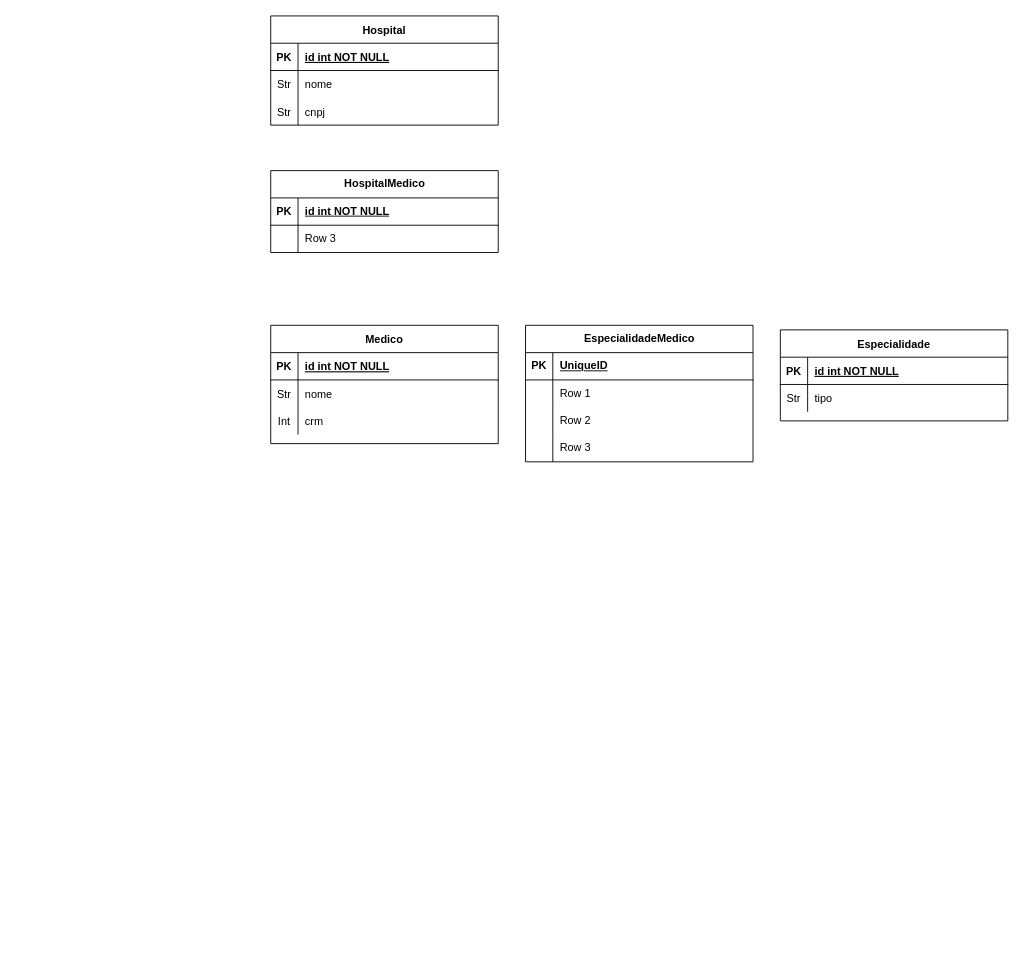
Before: DiagramaWeb2.drawio in RodrigoCelso/mimedica, a draw.io diagram. Source tidied: cells renumbered, new cells numbered last; positions are measured from the earlier drawing's top-left corner, leaving out a move shared by most shapes. Both pictures are drawn from the tidied source at 91%, with x=0, y=0 at pixel (270, 15).
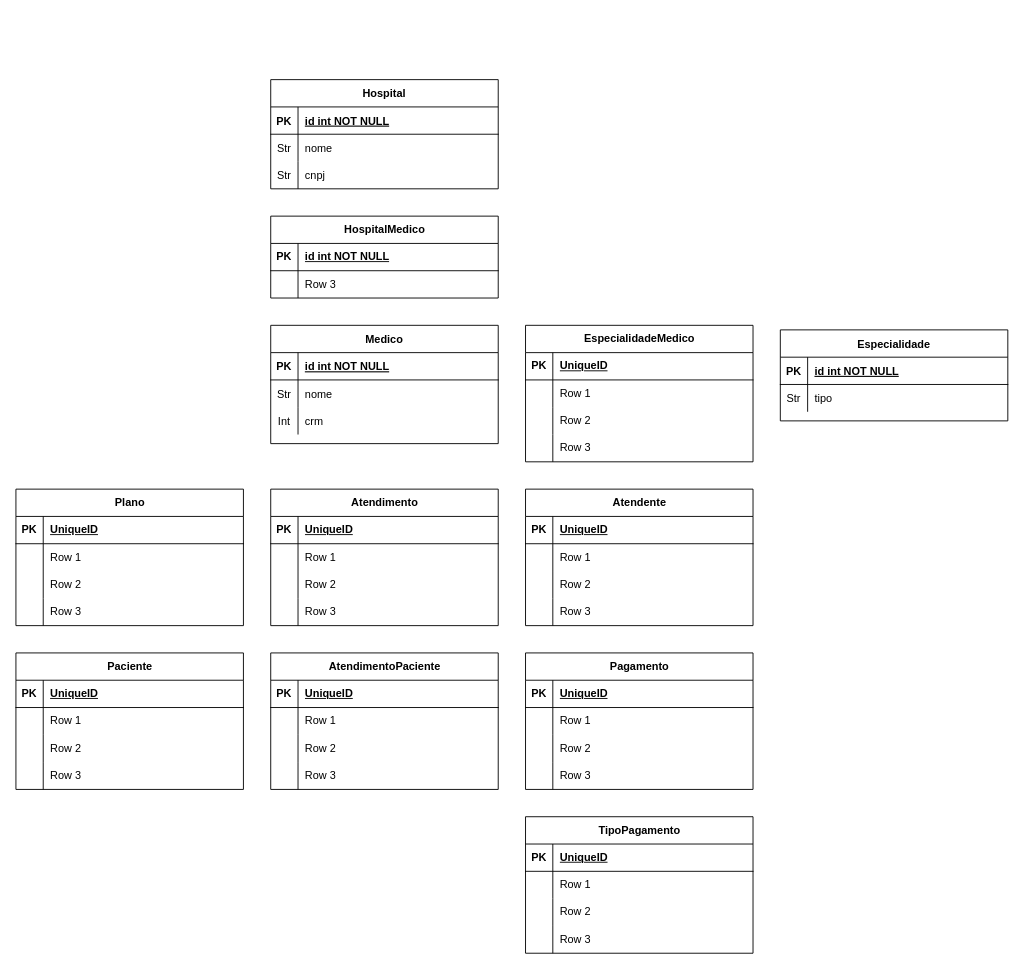
The same diagram, later.

Change to the diagram source:
```diff
@@
     <mxCell id="19" value="Hospital" style="shape=table;startSize=30;childLayout=tableLayout;rowLines=0;fontStyle=1;align=center;" parent="1" vertex="1">
-      <mxGeometry width="250" height="120" as="geometry" />
+      <mxGeometry y="70" width="250" height="120" as="geometry" />
     </mxCell>
@@
     <mxCell id="29" value="HospitalMedico" style="shape=table;startSize=30;childLayout=tableLayout;rowLines=0;fontStyle=1;align=center;html=1;" parent="1" vertex="1">
-      <mxGeometry y="170" width="250" height="90" as="geometry" />
+      <mxGeometry y="220" width="250" height="90" as="geometry" />
     </mxCell>
@@
+    <mxCell id="49" value="&lt;div&gt;Atendimento&lt;/div&gt;" style="shape=table;startSize=30;childLayout=tableLayout;rowLines=0;fontStyle=1;align=center;html=1;" parent="1" vertex="1">
+      <mxGeometry y="520" width="250" height="150" as="geometry" />
+    </mxCell>
+    <mxCell id="50" style="shape=tableRow;horizontal=0;startSize=0;swimlaneHead=0;swimlaneBody=0;fillColor=none;top=0;left=0;right=0;bottom=1;" parent="49" vertex="1">
+      <mxGeometry y="30" width="250" height="30" as="geometry" />
+    </mxCell>
+    <mxCell id="51" value="PK" style="shape=partialRectangle;fillColor=none;top=0;left=0;bottom=0;right=0;fontStyle=1;overflow=hidden;whiteSpace=wrap;html=1;" parent="50" vertex="1">
+      <mxGeometry width="30" height="30" as="geometry" />
+    </mxCell>
+    <mxCell id="52" value="UniqueID" style="shape=partialRectangle;fillColor=none;top=0;left=0;bottom=0;right=0;align=left;spacingLeft=6;fontStyle=5;overflow=hidden;whiteSpace=wrap;html=1;" parent="50" vertex="1">
+      <mxGeometry x="30" width="220" height="30" as="geometry" />
+    </mxCell>
+    <mxCell id="53" style="shape=tableRow;horizontal=0;startSize=0;swimlaneHead=0;swimlaneBody=0;fillColor=none;top=0;left=0;right=0;bottom=0;" parent="49" vertex="1">
+      <mxGeometry y="60" width="250" height="30" as="geometry" />
+    </mxCell>
+    <mxCell id="54" style="shape=partialRectangle;fillColor=none;top=0;left=0;bottom=0;right=0;overflow=hidden;whiteSpace=wrap;html=1;" parent="53" vertex="1">
+      <mxGeometry width="30" height="30" as="geometry" />
+    </mxCell>
+    <mxCell id="55" value="Row 1" style="shape=partialRectangle;fillColor=none;top=0;left=0;bottom=0;right=0;align=left;spacingLeft=6;overflow=hidden;whiteSpace=wrap;html=1;" parent="53" vertex="1">
+      <mxGeometry x="30" width="220" height="30" as="geometry" />
+    </mxCell>
+    <mxCell id="56" style="shape=tableRow;horizontal=0;startSize=0;swimlaneHead=0;swimlaneBody=0;fillColor=none;top=0;left=0;right=0;bottom=0;" parent="49" vertex="1">
+      <mxGeometry y="90" width="250" height="30" as="geometry" />
+    </mxCell>
+    <mxCell id="57" style="shape=partialRectangle;fillColor=none;top=0;left=0;bottom=0;right=0;overflow=hidden;whiteSpace=wrap;html=1;" parent="56" vertex="1">
+      <mxGeometry width="30" height="30" as="geometry" />
+    </mxCell>
+    <mxCell id="58" value="Row 2" style="shape=partialRectangle;fillColor=none;top=0;left=0;bottom=0;right=0;align=left;spacingLeft=6;overflow=hidden;whiteSpace=wrap;html=1;" parent="56" vertex="1">
+      <mxGeometry x="30" width="220" height="30" as="geometry" />
+    </mxCell>
+    <mxCell id="59" style="shape=tableRow;horizontal=0;startSize=0;swimlaneHead=0;swimlaneBody=0;fillColor=none;top=0;left=0;right=0;bottom=0;" parent="49" vertex="1">
+      <mxGeometry y="120" width="250" height="30" as="geometry" />
+    </mxCell>
+    <mxCell id="60" style="shape=partialRectangle;fillColor=none;top=0;left=0;bottom=0;right=0;overflow=hidden;whiteSpace=wrap;html=1;" parent="59" vertex="1">
+      <mxGeometry width="30" height="30" as="geometry" />
+    </mxCell>
+    <mxCell id="61" value="Row 3" style="shape=partialRectangle;fillColor=none;top=0;left=0;bottom=0;right=0;align=left;spacingLeft=6;overflow=hidden;whiteSpace=wrap;html=1;" parent="59" vertex="1">
+      <mxGeometry x="30" width="220" height="30" as="geometry" />
+    </mxCell>
+    <mxCell id="62" value="&lt;div&gt;Atendente&lt;/div&gt;" style="shape=table;startSize=30;childLayout=tableLayout;rowLines=0;fontStyle=1;align=center;html=1;" parent="1" vertex="1">
+      <mxGeometry x="280" y="520" width="250" height="150" as="geometry" />
+    </mxCell>
+    <mxCell id="63" style="shape=tableRow;horizontal=0;startSize=0;swimlaneHead=0;swimlaneBody=0;fillColor=none;top=0;left=0;right=0;bottom=1;" parent="62" vertex="1">
+      <mxGeometry y="30" width="250" height="30" as="geometry" />
+    </mxCell>
+    <mxCell id="64" value="PK" style="shape=partialRectangle;fillColor=none;top=0;left=0;bottom=0;right=0;fontStyle=1;overflow=hidden;whiteSpace=wrap;html=1;" parent="63" vertex="1">
+      <mxGeometry width="30" height="30" as="geometry" />
+    </mxCell>
+    <mxCell id="65" value="UniqueID" style="shape=partialRectangle;fillColor=none;top=0;left=0;bottom=0;right=0;align=left;spacingLeft=6;fontStyle=5;overflow=hidden;whiteSpace=wrap;html=1;" parent="63" vertex="1">
+      <mxGeometry x="30" width="220" height="30" as="geometry" />
+    </mxCell>
+    <mxCell id="66" style="shape=tableRow;horizontal=0;startSize=0;swimlaneHead=0;swimlaneBody=0;fillColor=none;top=0;left=0;right=0;bottom=0;" parent="62" vertex="1">
+      <mxGeometry y="60" width="250" height="30" as="geometry" />
+    </mxCell>
+    <mxCell id="67" style="shape=partialRectangle;fillColor=none;top=0;left=0;bottom=0;right=0;overflow=hidden;whiteSpace=wrap;html=1;" parent="66" vertex="1">
+      <mxGeometry width="30" height="30" as="geometry" />
+    </mxCell>
+    <mxCell id="68" value="Row 1" style="shape=partialRectangle;fillColor=none;top=0;left=0;bottom=0;right=0;align=left;spacingLeft=6;overflow=hidden;whiteSpace=wrap;html=1;" parent="66" vertex="1">
+      <mxGeometry x="30" width="220" height="30" as="geometry" />
+    </mxCell>
+    <mxCell id="69" style="shape=tableRow;horizontal=0;startSize=0;swimlaneHead=0;swimlaneBody=0;fillColor=none;top=0;left=0;right=0;bottom=0;" parent="62" vertex="1">
+      <mxGeometry y="90" width="250" height="30" as="geometry" />
+    </mxCell>
+    <mxCell id="70" style="shape=partialRectangle;fillColor=none;top=0;left=0;bottom=0;right=0;overflow=hidden;whiteSpace=wrap;html=1;" parent="69" vertex="1">
+      <mxGeometry width="30" height="30" as="geometry" />
+    </mxCell>
+    <mxCell id="71" value="Row 2" style="shape=partialRectangle;fillColor=none;top=0;left=0;bottom=0;right=0;align=left;spacingLeft=6;overflow=hidden;whiteSpace=wrap;html=1;" parent="69" vertex="1">
+      <mxGeometry x="30" width="220" height="30" as="geometry" />
+    </mxCell>
+    <mxCell id="72" style="shape=tableRow;horizontal=0;startSize=0;swimlaneHead=0;swimlaneBody=0;fillColor=none;top=0;left=0;right=0;bottom=0;" parent="62" vertex="1">
+      <mxGeometry y="120" width="250" height="30" as="geometry" />
+    </mxCell>
+    <mxCell id="73" style="shape=partialRectangle;fillColor=none;top=0;left=0;bottom=0;right=0;overflow=hidden;whiteSpace=wrap;html=1;" parent="72" vertex="1">
+      <mxGeometry width="30" height="30" as="geometry" />
+    </mxCell>
+    <mxCell id="74" value="Row 3" style="shape=partialRectangle;fillColor=none;top=0;left=0;bottom=0;right=0;align=left;spacingLeft=6;overflow=hidden;whiteSpace=wrap;html=1;" parent="72" vertex="1">
+      <mxGeometry x="30" width="220" height="30" as="geometry" />
+    </mxCell>
+    <mxCell id="75" value="AtendimentoPaciente" style="shape=table;startSize=30;childLayout=tableLayout;rowLines=0;fontStyle=1;align=center;html=1;" parent="1" vertex="1">
+      <mxGeometry y="700" width="250" height="150" as="geometry" />
+    </mxCell>
+    <mxCell id="76" style="shape=tableRow;horizontal=0;startSize=0;swimlaneHead=0;swimlaneBody=0;fillColor=none;top=0;left=0;right=0;bottom=1;" parent="75" vertex="1">
+      <mxGeometry y="30" width="250" height="30" as="geometry" />
+    </mxCell>
+    <mxCell id="77" value="PK" style="shape=partialRectangle;fillColor=none;top=0;left=0;bottom=0;right=0;fontStyle=1;overflow=hidden;whiteSpace=wrap;html=1;" parent="76" vertex="1">
+      <mxGeometry width="30" height="30" as="geometry" />
+    </mxCell>
+    <mxCell id="78" value="UniqueID" style="shape=partialRectangle;fillColor=none;top=0;left=0;bottom=0;right=0;align=left;spacingLeft=6;fontStyle=5;overflow=hidden;whiteSpace=wrap;html=1;" parent="76" vertex="1">
+      <mxGeometry x="30" width="220" height="30" as="geometry" />
+    </mxCell>
+    <mxCell id="79" style="shape=tableRow;horizontal=0;startSize=0;swimlaneHead=0;swimlaneBody=0;fillColor=none;top=0;left=0;right=0;bottom=0;" parent="75" vertex="1">
+      <mxGeometry y="60" width="250" height="30" as="geometry" />
+    </mxCell>
+    <mxCell id="80" style="shape=partialRectangle;fillColor=none;top=0;left=0;bottom=0;right=0;overflow=hidden;whiteSpace=wrap;html=1;" parent="79" vertex="1">
+      <mxGeometry width="30" height="30" as="geometry" />
+    </mxCell>
+    <mxCell id="81" value="Row 1" style="shape=partialRectangle;fillColor=none;top=0;left=0;bottom=0;right=0;align=left;spacingLeft=6;overflow=hidden;whiteSpace=wrap;html=1;" parent="79" vertex="1">
+      <mxGeometry x="30" width="220" height="30" as="geometry" />
+    </mxCell>
+    <mxCell id="82" style="shape=tableRow;horizontal=0;startSize=0;swimlaneHead=0;swimlaneBody=0;fillColor=none;top=0;left=0;right=0;bottom=0;" parent="75" vertex="1">
+      <mxGeometry y="90" width="250" height="30" as="geometry" />
+    </mxCell>
+    <mxCell id="83" style="shape=partialRectangle;fillColor=none;top=0;left=0;bottom=0;right=0;overflow=hidden;whiteSpace=wrap;html=1;" parent="82" vertex="1">
+      <mxGeometry width="30" height="30" as="geometry" />
+    </mxCell>
+    <mxCell id="84" value="Row 2" style="shape=partialRectangle;fillColor=none;top=0;left=0;bottom=0;right=0;align=left;spacingLeft=6;overflow=hidden;whiteSpace=wrap;html=1;" parent="82" vertex="1">
+      <mxGeometry x="30" width="220" height="30" as="geometry" />
+    </mxCell>
+    <mxCell id="85" style="shape=tableRow;horizontal=0;startSize=0;swimlaneHead=0;swimlaneBody=0;fillColor=none;top=0;left=0;right=0;bottom=0;" parent="75" vertex="1">
+      <mxGeometry y="120" width="250" height="30" as="geometry" />
+    </mxCell>
+    <mxCell id="86" style="shape=partialRectangle;fillColor=none;top=0;left=0;bottom=0;right=0;overflow=hidden;whiteSpace=wrap;html=1;" parent="85" vertex="1">
+      <mxGeometry width="30" height="30" as="geometry" />
+    </mxCell>
+    <mxCell id="87" value="Row 3" style="shape=partialRectangle;fillColor=none;top=0;left=0;bottom=0;right=0;align=left;spacingLeft=6;overflow=hidden;whiteSpace=wrap;html=1;" parent="85" vertex="1">
+      <mxGeometry x="30" width="220" height="30" as="geometry" />
+    </mxCell>
+    <mxCell id="88" value="&lt;div&gt;Pagamento&lt;/div&gt;" style="shape=table;startSize=30;childLayout=tableLayout;rowLines=0;fontStyle=1;align=center;html=1;" parent="1" vertex="1">
+      <mxGeometry x="280" y="700" width="250" height="150" as="geometry" />
+    </mxCell>
+    <mxCell id="89" style="shape=tableRow;horizontal=0;startSize=0;swimlaneHead=0;swimlaneBody=0;fillColor=none;top=0;left=0;right=0;bottom=1;" parent="88" vertex="1">
+      <mxGeometry y="30" width="250" height="30" as="geometry" />
+    </mxCell>
+    <mxCell id="90" value="PK" style="shape=partialRectangle;fillColor=none;top=0;left=0;bottom=0;right=0;fontStyle=1;overflow=hidden;whiteSpace=wrap;html=1;" parent="89" vertex="1">
+      <mxGeometry width="30" height="30" as="geometry" />
+    </mxCell>
+    <mxCell id="91" value="UniqueID" style="shape=partialRectangle;fillColor=none;top=0;left=0;bottom=0;right=0;align=left;spacingLeft=6;fontStyle=5;overflow=hidden;whiteSpace=wrap;html=1;" parent="89" vertex="1">
+      <mxGeometry x="30" width="220" height="30" as="geometry" />
+    </mxCell>
+    <mxCell id="92" style="shape=tableRow;horizontal=0;startSize=0;swimlaneHead=0;swimlaneBody=0;fillColor=none;top=0;left=0;right=0;bottom=0;" parent="88" vertex="1">
+      <mxGeometry y="60" width="250" height="30" as="geometry" />
+    </mxCell>
+    <mxCell id="93" style="shape=partialRectangle;fillColor=none;top=0;left=0;bottom=0;right=0;overflow=hidden;whiteSpace=wrap;html=1;" parent="92" vertex="1">
+      <mxGeometry width="30" height="30" as="geometry" />
+    </mxCell>
+    <mxCell id="94" value="Row 1" style="shape=partialRectangle;fillColor=none;top=0;left=0;bottom=0;right=0;align=left;spacingLeft=6;overflow=hidden;whiteSpace=wrap;html=1;" parent="92" vertex="1">
+      <mxGeometry x="30" width="220" height="30" as="geometry" />
+    </mxCell>
+    <mxCell id="95" style="shape=tableRow;horizontal=0;startSize=0;swimlaneHead=0;swimlaneBody=0;fillColor=none;top=0;left=0;right=0;bottom=0;" parent="88" vertex="1">
+      <mxGeometry y="90" width="250" height="30" as="geometry" />
+    </mxCell>
+    <mxCell id="96" style="shape=partialRectangle;fillColor=none;top=0;left=0;bottom=0;right=0;overflow=hidden;whiteSpace=wrap;html=1;" parent="95" vertex="1">
+      <mxGeometry width="30" height="30" as="geometry" />
+    </mxCell>
+    <mxCell id="97" value="Row 2" style="shape=partialRectangle;fillColor=none;top=0;left=0;bottom=0;right=0;align=left;spacingLeft=6;overflow=hidden;whiteSpace=wrap;html=1;" parent="95" vertex="1">
+      <mxGeometry x="30" width="220" height="30" as="geometry" />
+    </mxCell>
+    <mxCell id="98" style="shape=tableRow;horizontal=0;startSize=0;swimlaneHead=0;swimlaneBody=0;fillColor=none;top=0;left=0;right=0;bottom=0;" parent="88" vertex="1">
+      <mxGeometry y="120" width="250" height="30" as="geometry" />
+    </mxCell>
+    <mxCell id="99" style="shape=partialRectangle;fillColor=none;top=0;left=0;bottom=0;right=0;overflow=hidden;whiteSpace=wrap;html=1;" parent="98" vertex="1">
+      <mxGeometry width="30" height="30" as="geometry" />
+    </mxCell>
+    <mxCell id="100" value="Row 3" style="shape=partialRectangle;fillColor=none;top=0;left=0;bottom=0;right=0;align=left;spacingLeft=6;overflow=hidden;whiteSpace=wrap;html=1;" parent="98" vertex="1">
+      <mxGeometry x="30" width="220" height="30" as="geometry" />
+    </mxCell>
+    <mxCell id="101" value="&lt;div&gt;TipoPagamento&lt;/div&gt;" style="shape=table;startSize=30;childLayout=tableLayout;rowLines=0;fontStyle=1;align=center;html=1;" parent="1" vertex="1">
+      <mxGeometry x="280" y="880" width="250" height="150" as="geometry" />
+    </mxCell>
+    <mxCell id="102" style="shape=tableRow;horizontal=0;startSize=0;swimlaneHead=0;swimlaneBody=0;fillColor=none;top=0;left=0;right=0;bottom=1;" parent="101" vertex="1">
+      <mxGeometry y="30" width="250" height="30" as="geometry" />
+    </mxCell>
+    <mxCell id="103" value="PK" style="shape=partialRectangle;fillColor=none;top=0;left=0;bottom=0;right=0;fontStyle=1;overflow=hidden;whiteSpace=wrap;html=1;" parent="102" vertex="1">
+      <mxGeometry width="30" height="30" as="geometry" />
+    </mxCell>
+    <mxCell id="104" value="UniqueID" style="shape=partialRectangle;fillColor=none;top=0;left=0;bottom=0;right=0;align=left;spacingLeft=6;fontStyle=5;overflow=hidden;whiteSpace=wrap;html=1;" parent="102" vertex="1">
+      <mxGeometry x="30" width="220" height="30" as="geometry" />
+    </mxCell>
+    <mxCell id="105" style="shape=tableRow;horizontal=0;startSize=0;swimlaneHead=0;swimlaneBody=0;fillColor=none;top=0;left=0;right=0;bottom=0;" parent="101" vertex="1">
+      <mxGeometry y="60" width="250" height="30" as="geometry" />
+    </mxCell>
+    <mxCell id="106" style="shape=partialRectangle;fillColor=none;top=0;left=0;bottom=0;right=0;overflow=hidden;whiteSpace=wrap;html=1;" parent="105" vertex="1">
+      <mxGeometry width="30" height="30" as="geometry" />
+    </mxCell>
+    <mxCell id="107" value="Row 1" style="shape=partialRectangle;fillColor=none;top=0;left=0;bottom=0;right=0;align=left;spacingLeft=6;overflow=hidden;whiteSpace=wrap;html=1;" parent="105" vertex="1">
+      <mxGeometry x="30" width="220" height="30" as="geometry" />
+    </mxCell>
+    <mxCell id="108" style="shape=tableRow;horizontal=0;startSize=0;swimlaneHead=0;swimlaneBody=0;fillColor=none;top=0;left=0;right=0;bottom=0;" parent="101" vertex="1">
+      <mxGeometry y="90" width="250" height="30" as="geometry" />
+    </mxCell>
+    <mxCell id="109" style="shape=partialRectangle;fillColor=none;top=0;left=0;bottom=0;right=0;overflow=hidden;whiteSpace=wrap;html=1;" parent="108" vertex="1">
+      <mxGeometry width="30" height="30" as="geometry" />
+    </mxCell>
+    <mxCell id="110" value="Row 2" style="shape=partialRectangle;fillColor=none;top=0;left=0;bottom=0;right=0;align=left;spacingLeft=6;overflow=hidden;whiteSpace=wrap;html=1;" parent="108" vertex="1">
+      <mxGeometry x="30" width="220" height="30" as="geometry" />
+    </mxCell>
+    <mxCell id="111" style="shape=tableRow;horizontal=0;startSize=0;swimlaneHead=0;swimlaneBody=0;fillColor=none;top=0;left=0;right=0;bottom=0;" parent="101" vertex="1">
+      <mxGeometry y="120" width="250" height="30" as="geometry" />
+    </mxCell>
+    <mxCell id="112" style="shape=partialRectangle;fillColor=none;top=0;left=0;bottom=0;right=0;overflow=hidden;whiteSpace=wrap;html=1;" parent="111" vertex="1">
+      <mxGeometry width="30" height="30" as="geometry" />
+    </mxCell>
+    <mxCell id="113" value="Row 3" style="shape=partialRectangle;fillColor=none;top=0;left=0;bottom=0;right=0;align=left;spacingLeft=6;overflow=hidden;whiteSpace=wrap;html=1;" parent="111" vertex="1">
+      <mxGeometry x="30" width="220" height="30" as="geometry" />
+    </mxCell>
+    <mxCell id="114" value="Paciente" style="shape=table;startSize=30;childLayout=tableLayout;rowLines=0;fontStyle=1;align=center;html=1;" parent="1" vertex="1">
+      <mxGeometry x="-280" y="700" width="250" height="150" as="geometry" />
+    </mxCell>
+    <mxCell id="115" style="shape=tableRow;horizontal=0;startSize=0;swimlaneHead=0;swimlaneBody=0;fillColor=none;top=0;left=0;right=0;bottom=1;" parent="114" vertex="1">
+      <mxGeometry y="30" width="250" height="30" as="geometry" />
+    </mxCell>
+    <mxCell id="116" value="PK" style="shape=partialRectangle;fillColor=none;top=0;left=0;bottom=0;right=0;fontStyle=1;overflow=hidden;whiteSpace=wrap;html=1;" parent="115" vertex="1">
+      <mxGeometry width="30" height="30" as="geometry" />
+    </mxCell>
+    <mxCell id="117" value="UniqueID" style="shape=partialRectangle;fillColor=none;top=0;left=0;bottom=0;right=0;align=left;spacingLeft=6;fontStyle=5;overflow=hidden;whiteSpace=wrap;html=1;" parent="115" vertex="1">
+      <mxGeometry x="30" width="220" height="30" as="geometry" />
+    </mxCell>
+    <mxCell id="118" style="shape=tableRow;horizontal=0;startSize=0;swimlaneHead=0;swimlaneBody=0;fillColor=none;top=0;left=0;right=0;bottom=0;" parent="114" vertex="1">
+      <mxGeometry y="60" width="250" height="30" as="geometry" />
+    </mxCell>
+    <mxCell id="119" style="shape=partialRectangle;fillColor=none;top=0;left=0;bottom=0;right=0;overflow=hidden;whiteSpace=wrap;html=1;" parent="118" vertex="1">
+      <mxGeometry width="30" height="30" as="geometry" />
+    </mxCell>
+    <mxCell id="120" value="Row 1" style="shape=partialRectangle;fillColor=none;top=0;left=0;bottom=0;right=0;align=left;spacingLeft=6;overflow=hidden;whiteSpace=wrap;html=1;" parent="118" vertex="1">
+      <mxGeometry x="30" width="220" height="30" as="geometry" />
+    </mxCell>
+    <mxCell id="121" style="shape=tableRow;horizontal=0;startSize=0;swimlaneHead=0;swimlaneBody=0;fillColor=none;top=0;left=0;right=0;bottom=0;" parent="114" vertex="1">
+      <mxGeometry y="90" width="250" height="30" as="geometry" />
+    </mxCell>
+    <mxCell id="122" style="shape=partialRectangle;fillColor=none;top=0;left=0;bottom=0;right=0;overflow=hidden;whiteSpace=wrap;html=1;" parent="121" vertex="1">
+      <mxGeometry width="30" height="30" as="geometry" />
+    </mxCell>
+    <mxCell id="123" value="Row 2" style="shape=partialRectangle;fillColor=none;top=0;left=0;bottom=0;right=0;align=left;spacingLeft=6;overflow=hidden;whiteSpace=wrap;html=1;" parent="121" vertex="1">
+      <mxGeometry x="30" width="220" height="30" as="geometry" />
+    </mxCell>
+    <mxCell id="124" style="shape=tableRow;horizontal=0;startSize=0;swimlaneHead=0;swimlaneBody=0;fillColor=none;top=0;left=0;right=0;bottom=0;" parent="114" vertex="1">
+      <mxGeometry y="120" width="250" height="30" as="geometry" />
+    </mxCell>
+    <mxCell id="125" style="shape=partialRectangle;fillColor=none;top=0;left=0;bottom=0;right=0;overflow=hidden;whiteSpace=wrap;html=1;" parent="124" vertex="1">
+      <mxGeometry width="30" height="30" as="geometry" />
+    </mxCell>
+    <mxCell id="126" value="Row 3" style="shape=partialRectangle;fillColor=none;top=0;left=0;bottom=0;right=0;align=left;spacingLeft=6;overflow=hidden;whiteSpace=wrap;html=1;" parent="124" vertex="1">
+      <mxGeometry x="30" width="220" height="30" as="geometry" />
+    </mxCell>
+    <mxCell id="127" value="Plano" style="shape=table;startSize=30;childLayout=tableLayout;rowLines=0;fontStyle=1;align=center;html=1;" parent="1" vertex="1">
+      <mxGeometry x="-280" y="520" width="250" height="150" as="geometry" />
+    </mxCell>
+    <mxCell id="128" style="shape=tableRow;horizontal=0;startSize=0;swimlaneHead=0;swimlaneBody=0;fillColor=none;top=0;left=0;right=0;bottom=1;" parent="127" vertex="1">
+      <mxGeometry y="30" width="250" height="30" as="geometry" />
+    </mxCell>
+    <mxCell id="129" value="PK" style="shape=partialRectangle;fillColor=none;top=0;left=0;bottom=0;right=0;fontStyle=1;overflow=hidden;whiteSpace=wrap;html=1;" parent="128" vertex="1">
+      <mxGeometry width="30" height="30" as="geometry" />
+    </mxCell>
+    <mxCell id="130" value="UniqueID" style="shape=partialRectangle;fillColor=none;top=0;left=0;bottom=0;right=0;align=left;spacingLeft=6;fontStyle=5;overflow=hidden;whiteSpace=wrap;html=1;" parent="128" vertex="1">
+      <mxGeometry x="30" width="220" height="30" as="geometry" />
+    </mxCell>
+    <mxCell id="131" style="shape=tableRow;horizontal=0;startSize=0;swimlaneHead=0;swimlaneBody=0;fillColor=none;top=0;left=0;right=0;bottom=0;" parent="127" vertex="1">
+      <mxGeometry y="60" width="250" height="30" as="geometry" />
+    </mxCell>
+    <mxCell id="132" style="shape=partialRectangle;fillColor=none;top=0;left=0;bottom=0;right=0;overflow=hidden;whiteSpace=wrap;html=1;" parent="131" vertex="1">
+      <mxGeometry width="30" height="30" as="geometry" />
+    </mxCell>
+    <mxCell id="133" value="Row 1" style="shape=partialRectangle;fillColor=none;top=0;left=0;bottom=0;right=0;align=left;spacingLeft=6;overflow=hidden;whiteSpace=wrap;html=1;" parent="131" vertex="1">
+      <mxGeometry x="30" width="220" height="30" as="geometry" />
+    </mxCell>
+    <mxCell id="134" style="shape=tableRow;horizontal=0;startSize=0;swimlaneHead=0;swimlaneBody=0;fillColor=none;top=0;left=0;right=0;bottom=0;" parent="127" vertex="1">
+      <mxGeometry y="90" width="250" height="30" as="geometry" />
+    </mxCell>
+    <mxCell id="135" style="shape=partialRectangle;fillColor=none;top=0;left=0;bottom=0;right=0;overflow=hidden;whiteSpace=wrap;html=1;" parent="134" vertex="1">
+      <mxGeometry width="30" height="30" as="geometry" />
+    </mxCell>
+    <mxCell id="136" value="Row 2" style="shape=partialRectangle;fillColor=none;top=0;left=0;bottom=0;right=0;align=left;spacingLeft=6;overflow=hidden;whiteSpace=wrap;html=1;" parent="134" vertex="1">
+      <mxGeometry x="30" width="220" height="30" as="geometry" />
+    </mxCell>
+    <mxCell id="137" style="shape=tableRow;horizontal=0;startSize=0;swimlaneHead=0;swimlaneBody=0;fillColor=none;top=0;left=0;right=0;bottom=0;" parent="127" vertex="1">
+      <mxGeometry y="120" width="250" height="30" as="geometry" />
+    </mxCell>
+    <mxCell id="138" style="shape=partialRectangle;fillColor=none;top=0;left=0;bottom=0;right=0;overflow=hidden;whiteSpace=wrap;html=1;" parent="137" vertex="1">
+      <mxGeometry width="30" height="30" as="geometry" />
+    </mxCell>
+    <mxCell id="139" value="Row 3" style="shape=partialRectangle;fillColor=none;top=0;left=0;bottom=0;right=0;align=left;spacingLeft=6;overflow=hidden;whiteSpace=wrap;html=1;" parent="137" vertex="1">
+      <mxGeometry x="30" width="220" height="30" as="geometry" />
+    </mxCell>
```
